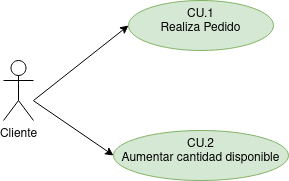
Before: Tareas/casosUso/Tarea5-Tienda Virtual/TiendaVirtual.drawio.png, a diagram exported from draw.io (colidom/ets). Source tidied: cells renumbered, new cells last; positions are measured from the earlier drawing's top-left corner, leaving out a move shared by most shapes. Its diagram source:
```xml
<mxGraphModel>
  <root>
    <mxCell id="0" />
    <mxCell id="1" parent="0" />
    <mxCell id="2" style="rounded=0;jettySize=auto;html=1;entryX=0;entryY=0.5;entryDx=0;entryDy=0;" parent="1" edge="1" target="5">
      <mxGeometry relative="1" as="geometry">
        <mxPoint x="30" y="100" as="sourcePoint" />
      </mxGeometry>
    </mxCell>
    <mxCell id="3" style="rounded=0;jettySize=auto;html=1;entryX=0;entryY=0.5;entryDx=0;entryDy=0;" parent="1" edge="1" source="4" target="6">
      <mxGeometry relative="1" as="geometry" />
    </mxCell>
    <mxCell id="4" value="Cliente" style="shape=umlActor;verticalLabelPosition=bottom;verticalAlign=top;html=1;outlineConnect=0;" parent="1" vertex="1">
      <mxGeometry y="60" width="30" height="60" as="geometry" />
    </mxCell>
    <mxCell id="5" value="&lt;div&gt;CU.1&lt;/div&gt;&lt;div&gt;Realiza Pedido&lt;/div&gt;" style="ellipse;whiteSpace=wrap;html=1;verticalAlign=top;fillColor=#d5e8d4;strokeColor=#82b366;" parent="1" vertex="1">
      <mxGeometry x="125" width="145" height="50" as="geometry" />
    </mxCell>
    <mxCell id="6" value="&lt;div&gt;CU.2&lt;/div&gt;&lt;div&gt;Aumentar cantidad disponible&lt;br&gt;&lt;/div&gt;" style="ellipse;whiteSpace=wrap;html=1;verticalAlign=top;fillColor=#d5e8d4;strokeColor=#82b366;" parent="1" vertex="1">
      <mxGeometry x="110" y="130" width="175" height="50" as="geometry" />
    </mxCell>
  </root>
</mxGraphModel>
```
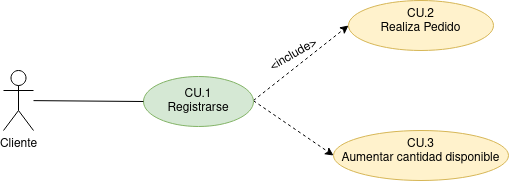
After the commit.

Diff of the diagram source:
```diff
@@ -2,22 +2,33 @@
   <root>
     <mxCell id="0" />
     <mxCell id="1" parent="0" />
-    <mxCell id="2" style="rounded=0;jettySize=auto;html=1;entryX=0;entryY=0.5;entryDx=0;entryDy=0;" parent="1" edge="1" target="5">
+    <mxCell id="2" style="rounded=0;jettySize=auto;html=1;entryX=0;entryY=0.5;entryDx=0;entryDy=0;dashed=1;" parent="1" edge="1" target="5">
       <mxGeometry relative="1" as="geometry">
         <mxPoint x="30" y="100" as="sourcePoint" />
       </mxGeometry>
     </mxCell>
-    <mxCell id="3" style="rounded=0;jettySize=auto;html=1;entryX=0;entryY=0.5;entryDx=0;entryDy=0;" parent="1" edge="1" source="4" target="6">
-      <mxGeometry relative="1" as="geometry" />
+    <mxCell id="3" style="rounded=0;jettySize=auto;html=1;entryX=0;entryY=0.5;entryDx=0;entryDy=0;dashed=1;" parent="1" edge="1" target="6">
+      <mxGeometry relative="1" as="geometry">
+        <mxPoint x="30" y="100.3" as="sourcePoint" />
+      </mxGeometry>
     </mxCell>
-    <mxCell id="4" value="Cliente" style="shape=umlActor;verticalLabelPosition=bottom;verticalAlign=top;html=1;outlineConnect=0;" parent="1" vertex="1">
-      <mxGeometry y="60" width="30" height="60" as="geometry" />
-    </mxCell>
-    <mxCell id="5" value="&lt;div&gt;CU.1&lt;/div&gt;&lt;div&gt;Realiza Pedido&lt;/div&gt;" style="ellipse;whiteSpace=wrap;html=1;verticalAlign=top;fillColor=#d5e8d4;strokeColor=#82b366;" parent="1" vertex="1">
+    <mxCell id="5" value="&lt;div&gt;CU.2&lt;/div&gt;&lt;div&gt;Realiza Pedido&lt;/div&gt;" style="ellipse;whiteSpace=wrap;html=1;verticalAlign=top;fillColor=#fff2cc;strokeColor=#d6b656;" parent="1" vertex="1">
       <mxGeometry x="125" width="145" height="50" as="geometry" />
     </mxCell>
-    <mxCell id="6" value="&lt;div&gt;CU.2&lt;/div&gt;&lt;div&gt;Aumentar cantidad disponible&lt;br&gt;&lt;/div&gt;" style="ellipse;whiteSpace=wrap;html=1;verticalAlign=top;fillColor=#d5e8d4;strokeColor=#82b366;" parent="1" vertex="1">
+    <mxCell id="6" value="&lt;div&gt;CU.3&lt;/div&gt;&lt;div&gt;Aumentar cantidad disponible&lt;br&gt;&lt;/div&gt;" style="ellipse;whiteSpace=wrap;html=1;verticalAlign=top;fillColor=#fff2cc;strokeColor=#d6b656;" parent="1" vertex="1">
       <mxGeometry x="110" y="130" width="175" height="50" as="geometry" />
     </mxCell>
+    <mxCell id="4" value="Cliente" style="shape=umlActor;verticalLabelPosition=bottom;verticalAlign=top;html=1;outlineConnect=0;" parent="1" vertex="1">
+      <mxGeometry x="-220" y="70" width="30" height="60" as="geometry" />
+    </mxCell>
+    <mxCell id="7" value="&lt;div&gt;CU.1&lt;/div&gt;&lt;div&gt;Registrarse&lt;br&gt;&lt;/div&gt;" style="ellipse;whiteSpace=wrap;html=1;fillColor=#d5e8d4;strokeColor=#82b366;" parent="1" vertex="1">
+      <mxGeometry x="-80" y="76" width="110" height="50" as="geometry" />
+    </mxCell>
+    <mxCell id="8" style="endArrow=none;html=1;rounded=0;entryX=0;entryY=0.5;entryDx=0;entryDy=0;endFill=0;" parent="1" edge="1" source="4" target="7">
+      <mxGeometry relative="1" as="geometry" />
+    </mxCell>
+    <mxCell id="9" value="&amp;lt;include&amp;gt;" style="text;html=1;align=center;verticalAlign=middle;strokeColor=none;fillColor=none;rotation=-30;" parent="1" vertex="1">
+      <mxGeometry x="30" y="40" width="80" height="30" as="geometry" />
+    </mxCell>
   </root>
 </mxGraphModel>
```
